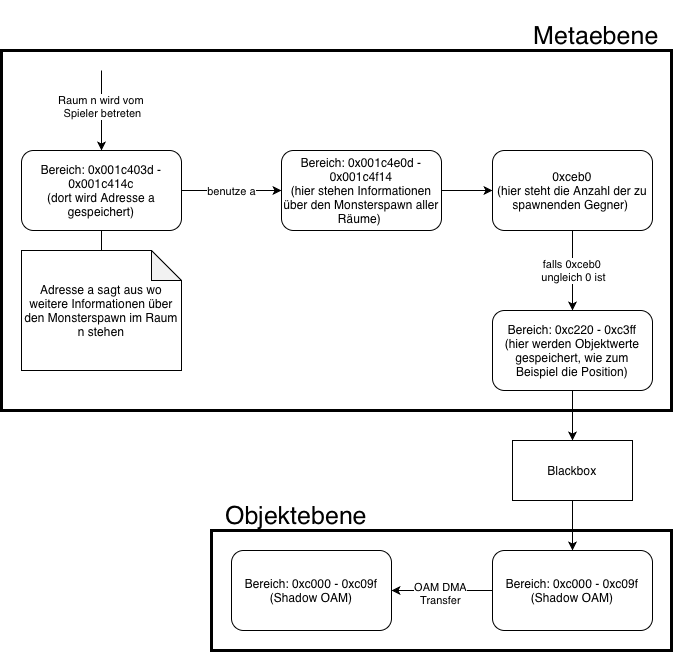
The draw.io diagram Report/Bilder/06-question03_01.png in malte-herzog/ifp_binary_hacking, before a commit. Source tidied: cells renumbered, new cells last; positions are measured from the earlier drawing's top-left corner, leaving out a move shared by most shapes.
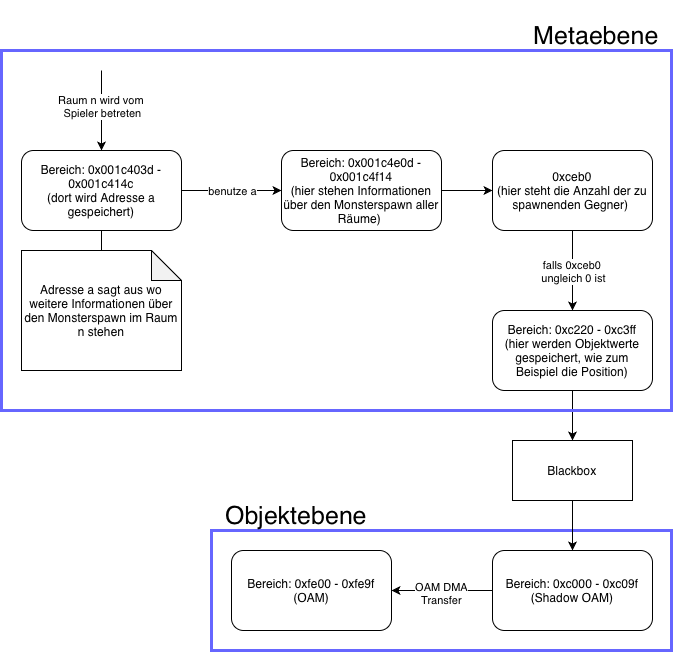
The same file after the commit.

Diff of the diagram source:
```diff
@@ -19,6 +19,9 @@
     <mxCell id="6" value="Bereich: 0x001c4e0d - 0x001c4f14&lt;div&gt;(hier stehen Informationen über den Monsterspawn aller Räume)&amp;nbsp;&lt;/div&gt;" style="rounded=1;whiteSpace=wrap;html=1;" parent="1" vertex="1">
       <mxGeometry x="280" y="150" width="160" height="80" as="geometry" />
     </mxCell>
+    <mxCell id="24" style="rounded=0;whiteSpace=wrap;html=1;fillColor=none;strokeWidth=3;strokeColor=light-dark(#6666FF,#6666FF);" parent="1" vertex="1">
+      <mxGeometry x="210" y="530" width="460" height="120" as="geometry" />
+    </mxCell>
     <mxCell id="7" style="edgeStyle=orthogonalEdgeStyle;rounded=0;jettySize=auto;html=1;" parent="1" edge="1" source="9" target="10">
       <mxGeometry relative="1" as="geometry" />
     </mxCell>
@@ -67,18 +70,15 @@
     <mxCell id="20" value="Bereich: 0xc000 - 0xc09f&lt;div&gt;(Shadow OAM)&lt;/div&gt;" style="rounded=1;whiteSpace=wrap;html=1;" parent="1" vertex="1">
       <mxGeometry x="491" y="550" width="160" height="80" as="geometry" />
     </mxCell>
-    <mxCell id="21" value="Bereich: 0xc000 - 0xc09f&lt;div&gt;(Shadow OAM)&lt;/div&gt;" style="rounded=1;whiteSpace=wrap;html=1;" parent="1" vertex="1">
+    <mxCell id="21" value="Bereich: 0xfe00 - 0xfe9f&lt;div&gt;(OAM)&lt;/div&gt;" style="rounded=1;whiteSpace=wrap;html=1;" parent="1" vertex="1">
       <mxGeometry x="230" y="550" width="160" height="80" as="geometry" />
     </mxCell>
-    <mxCell id="22" style="rounded=0;whiteSpace=wrap;html=1;fillColor=none;strokeWidth=3;strokeColor=light-dark(#000000,#6666FF);" parent="1" vertex="1">
+    <mxCell id="22" style="rounded=0;whiteSpace=wrap;html=1;strokeWidth=3;fillColor=none;strokeColor=light-dark(#6666FF,#6666FF);" parent="1" vertex="1">
       <mxGeometry y="50" width="670" height="360" as="geometry" />
     </mxCell>
     <mxCell id="23" value="&lt;font style=&quot;font-size: 25px;&quot;&gt;Metaebene&lt;/font&gt;" style="text;html=1;whiteSpace=wrap;strokeColor=none;fillColor=none;align=center;verticalAlign=middle;rounded=0;" parent="1" vertex="1">
       <mxGeometry x="520" width="150" height="70" as="geometry" />
     </mxCell>
-    <mxCell id="24" style="rounded=0;whiteSpace=wrap;html=1;fillColor=none;strokeWidth=3;strokeColor=light-dark(#000000,#6666FF);" parent="1" vertex="1">
-      <mxGeometry x="210" y="530" width="460" height="120" as="geometry" />
-    </mxCell>
     <mxCell id="25" value="&lt;font style=&quot;font-size: 25px;&quot;&gt;Objektebene&lt;/font&gt;" style="text;html=1;whiteSpace=wrap;strokeColor=none;fillColor=none;align=center;verticalAlign=middle;rounded=0;" parent="1" vertex="1">
       <mxGeometry x="210" y="480" width="170" height="70" as="geometry" />
     </mxCell>
```
